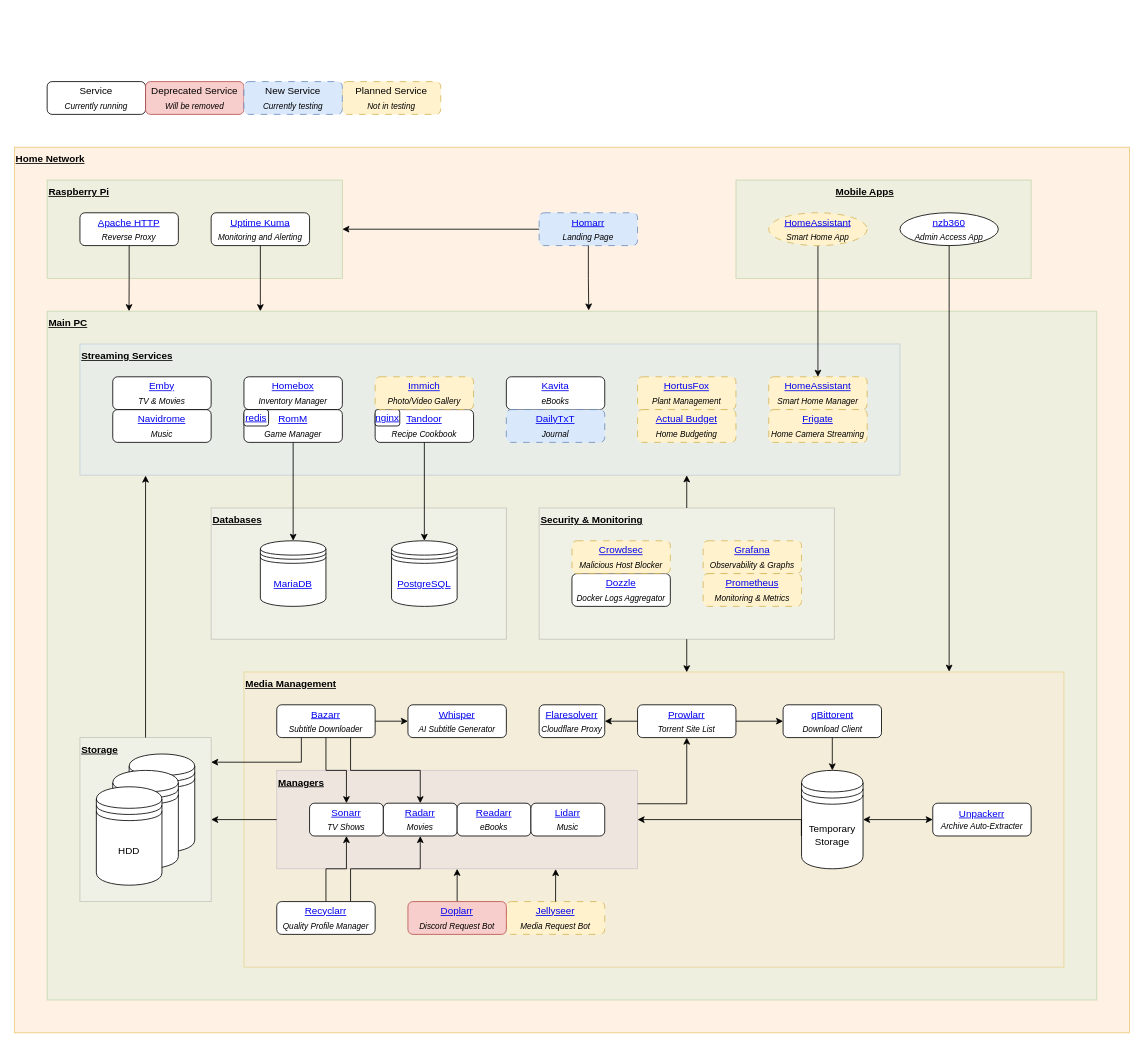
Above: doc/home_theatre.drawio in zodac-personal/home_theatre (draw.io), before the change. Source tidied: cells renumbered, new cells numbered last; positions are measured from the earlier drawing's top-left corner, leaving out a move shared by most shapes. Both pictures are drawn from the tidied source at 82%, with x=0, y=0 at pixel (14, 81).
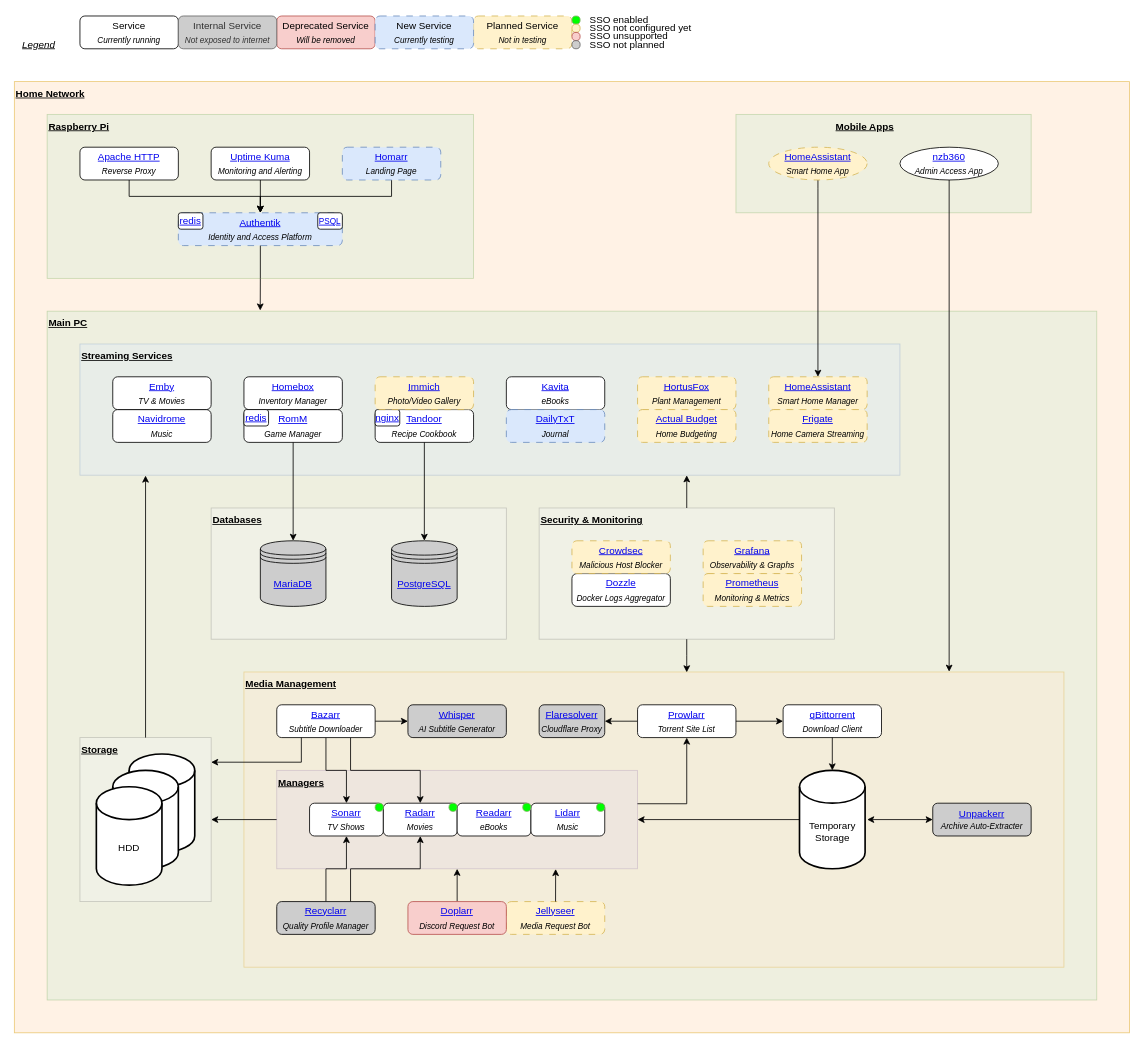
The same diagram, later.

Commit message (it also covers changes not shown here):
Adding Authentik for SSO support, only enabled for core *arr services currently

The change refers to these unchanged cells:
```xml
<mxCell id="4" style="rounded=0;whiteSpace=wrap;html=1;fillColor=#d5e8d4;strokeColor=#82b366;opacity=40;" parent="1" vertex="1">
  <mxGeometry x="40" y="280" width="1280" height="840" as="geometry" />
</mxCell>
<mxCell id="8" style="rounded=0;whiteSpace=wrap;html=1;fillColor=#ffe6cc;strokeColor=#d79b00;opacity=30;" parent="1" vertex="1">
  <mxGeometry x="280" y="720" width="1000" height="360" as="geometry" />
</mxCell>
<mxCell id="15" style="rounded=0;whiteSpace=wrap;html=1;fillColor=#e1d5e7;strokeColor=#9673a6;opacity=30;" parent="1" vertex="1">
  <mxGeometry x="320" y="840" width="440" height="120" as="geometry" />
</mxCell>
<mxCell id="40" value="&lt;a href=&quot;https://github.com/home-assistant&quot;&gt;HomeAssistant&lt;/a&gt;&lt;br&gt;&lt;i&gt;&lt;sub&gt;Smart Home Manager&lt;/sub&gt;&lt;/i&gt;" style="rounded=1;whiteSpace=wrap;html=1;dashed=1;dashPattern=8 8;fillColor=#fff2cc;strokeColor=#d6b656;" parent="1" vertex="1">
  <mxGeometry x="920" y="360" width="120" height="40" as="geometry" />
</mxCell>
<mxCell id="58" style="rounded=0;whiteSpace=wrap;html=1;fillColor=#f5f5f5;fontColor=#333333;strokeColor=#666666;opacity=30;" parent="1" vertex="1">
  <mxGeometry x="640" y="520" width="360" height="160" as="geometry" />
</mxCell>
```

Diff of the diagram source:
```diff
@@
     <mxCell id="2" style="rounded=0;whiteSpace=wrap;html=1;fillColor=#ffe6cc;strokeColor=#d79b00;opacity=50;" parent="1" vertex="1">
-      <mxGeometry y="80" width="1360" height="1080" as="geometry" />
+      <mxGeometry width="1360" height="1160" as="geometry" />
     </mxCell>
     <mxCell id="3" style="rounded=0;whiteSpace=wrap;html=1;opacity=40;fillColor=#d5e8d4;strokeColor=#82b366;" parent="1" vertex="1">
-      <mxGeometry x="40" y="120" width="360" height="120" as="geometry" />
+      <mxGeometry x="40" y="40" width="520" height="200" as="geometry" />
     </mxCell>
@@
-    <mxCell id="6" style="shape=datastore;whiteSpace=wrap;html=1;" parent="1" vertex="1">
-      <mxGeometry x="140" y="820" width="80" height="120" as="geometry" />
-    </mxCell>
-    <mxCell id="7" style="shape=datastore;whiteSpace=wrap;html=1;" parent="1" vertex="1">
-      <mxGeometry x="120" y="840" width="80" height="120" as="geometry" />
-    </mxCell>
@@
-    <mxCell id="24" value="&lt;a href=&quot;https://github.com/ahmetoner/whisper-asr-webservice&quot;&gt;Whisper&lt;/a&gt;&lt;br&gt;&lt;i&gt;&lt;sub&gt;AI Subtitle Generator&lt;/sub&gt;&lt;/i&gt;" style="rounded=1;whiteSpace=wrap;html=1;" parent="1" vertex="1">
+    <mxCell id="24" value="&lt;a href=&quot;https://github.com/ahmetoner/whisper-asr-webservice&quot;&gt;Whisper&lt;/a&gt;&lt;br&gt;&lt;i&gt;&lt;sub&gt;AI Subtitle Generator&lt;/sub&gt;&lt;/i&gt;" style="rounded=1;whiteSpace=wrap;html=1;fillColor=#cdcdcd;" parent="1" vertex="1">
       <mxGeometry x="480" y="760" width="120" height="40" as="geometry" />
     </mxCell>
     <mxCell id="25" style="rounded=0;whiteSpace=wrap;html=1;opacity=40;fillColor=#d5e8d4;strokeColor=#82b366;" parent="1" vertex="1">
-      <mxGeometry x="880" y="120" width="360" height="120" as="geometry" />
+      <mxGeometry x="880" y="40" width="360" height="120" as="geometry" />
     </mxCell>
-    <mxCell id="26" value="&lt;a href=&quot;https://github.com/qbittorrent/qBittorrent&quot;&gt;qBittorent&lt;/a&gt;&lt;br&gt;&lt;i&gt;&lt;sub&gt;Download Client&lt;/sub&gt;&lt;/i&gt;" style="rounded=1;whiteSpace=wrap;html=1;" parent="1" vertex="1">
+    <mxCell id="26" value="&lt;a href=&quot;https://github.com/qbittorrent/qBittorrent&quot;&gt;qBittorrent&lt;/a&gt;&lt;div&gt;&lt;i&gt;&lt;sub&gt;Download Client&lt;/sub&gt;&lt;/i&gt;&lt;/div&gt;" style="rounded=1;whiteSpace=wrap;html=1;" parent="1" vertex="1">
       <mxGeometry x="937.5" y="760" width="120" height="40" as="geometry" />
     </mxCell>
@@
+    <mxCell id="94" style="edgeStyle=orthogonalEdgeStyle;rounded=0;jettySize=auto;html=1;entryX=0.5;entryY=0;entryDx=0;entryDy=0;" parent="1" edge="1" source="30" target="97">
+      <mxGeometry relative="1" as="geometry" />
+    </mxCell>
     <mxCell id="30" value="&lt;a href=&quot;https://github.com/ajnart/homarr&quot;&gt;Homarr&lt;/a&gt;&lt;br&gt;&lt;i&gt;&lt;sub&gt;Landing Page&lt;/sub&gt;&lt;/i&gt;" style="rounded=1;whiteSpace=wrap;html=1;dashed=1;dashPattern=8 8;fillColor=#dae8fc;strokeColor=#6c8ebf;" parent="1" vertex="1">
-      <mxGeometry x="640" y="160" width="120" height="40" as="geometry" />
+      <mxGeometry x="400" y="80" width="120" height="40" as="geometry" />
     </mxCell>
-    <mxCell id="31" style="endArrow=classic;html=1;rounded=0;exitX=0.5;exitY=1;exitDx=0;exitDy=0;entryX=0.5;entryY=0;entryDx=0;entryDy=0;" parent="1" edge="1" source="26" target="32">
+    <mxCell id="31" style="endArrow=classic;html=1;rounded=0;exitX=0.5;exitY=1;exitDx=0;exitDy=0;entryX=0.5;entryY=0;entryDx=0;entryDy=0;entryPerimeter=0;" parent="1" edge="1" source="26" target="32">
       <mxGeometry relative="1" as="geometry" />
     </mxCell>
-    <mxCell id="32" value="Temporary&lt;br&gt;Storage" style="shape=datastore;whiteSpace=wrap;html=1;" parent="1" vertex="1">
-      <mxGeometry x="960" y="840" width="75" height="120" as="geometry" />
-    </mxCell>
@@
-    <mxCell id="35" value="HDD" style="shape=datastore;whiteSpace=wrap;html=1;" parent="1" vertex="1">
-      <mxGeometry x="100" y="860" width="80" height="120" as="geometry" />
-    </mxCell>
-    <mxCell id="36" style="edgeStyle=orthogonalEdgeStyle;rounded=0;jettySize=auto;html=1;exitX=0;exitY=0.5;exitDx=0;exitDy=0;entryX=1;entryY=0.5;entryDx=0;entryDy=0;" parent="1" edge="1" source="30" target="3">
-      <mxGeometry relative="1" as="geometry" />
-    </mxCell>
-    <mxCell id="37" value="&lt;a href=&quot;https://github.com/aeonlucid/flaresolverr&quot;&gt;Flaresolverr&lt;/a&gt;&lt;br&gt;&lt;i&gt;&lt;sub&gt;Cloudflare Proxy&lt;/sub&gt;&lt;/i&gt;" style="rounded=1;whiteSpace=wrap;html=1;" parent="1" vertex="1">
+    <mxCell id="37" value="&lt;a href=&quot;https://github.com/aeonlucid/flaresolverr&quot;&gt;Flaresolverr&lt;/a&gt;&lt;br&gt;&lt;i&gt;&lt;sub&gt;Cloudflare Proxy&lt;/sub&gt;&lt;/i&gt;" style="rounded=1;whiteSpace=wrap;html=1;fillColor=#cdcdcd;" parent="1" vertex="1">
       <mxGeometry x="640" y="760" width="80" height="40" as="geometry" />
     </mxCell>
@@
     <mxCell id="39" value="&lt;a href=&quot;https://play.google.com/store/apps/details?id=com.kevinforeman.nzb360&quot;&gt;nzb360&lt;/a&gt;&lt;br&gt;&lt;i&gt;&lt;sub&gt;Admin Access App&lt;/sub&gt;&lt;/i&gt;" style="ellipse;whiteSpace=wrap;html=1;" parent="1" vertex="1">
-      <mxGeometry x="1080" y="160" width="120" height="40" as="geometry" />
+      <mxGeometry x="1080" y="80" width="120" height="40" as="geometry" />
     </mxCell>
@@
     <mxCell id="41" value="Raspberry Pi" style="text;html=1;strokeColor=none;fillColor=none;align=left;verticalAlign=middle;whiteSpace=wrap;rounded=0;fontStyle=5;" parent="1" vertex="1">
-      <mxGeometry x="40" y="120" width="90" height="30" as="geometry" />
+      <mxGeometry x="40" y="40" width="90" height="30" as="geometry" />
     </mxCell>
@@
+    <mxCell id="95" style="edgeStyle=orthogonalEdgeStyle;rounded=0;jettySize=auto;html=1;exitX=0.5;exitY=1;exitDx=0;exitDy=0;entryX=0.5;entryY=0;entryDx=0;entryDy=0;" parent="1" edge="1" source="43" target="97">
+      <mxGeometry relative="1" as="geometry" />
+    </mxCell>
     <mxCell id="43" value="&lt;a href=&quot;https://github.com/apache/httpd&quot;&gt;Apache HTTP&lt;/a&gt;&lt;br&gt;&lt;i&gt;&lt;sub&gt;Reverse Proxy&lt;/sub&gt;&lt;/i&gt;" style="rounded=1;whiteSpace=wrap;html=1;" parent="1" vertex="1">
-      <mxGeometry x="80" y="160" width="120" height="40" as="geometry" />
+      <mxGeometry x="80" y="80" width="120" height="40" as="geometry" />
     </mxCell>
@@
-    <mxCell id="45" style="edgeStyle=orthogonalEdgeStyle;rounded=0;jettySize=auto;html=1;exitX=0.5;exitY=1;exitDx=0;exitDy=0;entryX=0.078;entryY=0;entryDx=0;entryDy=0;entryPerimeter=0;" parent="1" edge="1" source="43" target="4">
-      <mxGeometry relative="1" as="geometry" />
-    </mxCell>
@@
     <mxCell id="49" value="&lt;b&gt;&lt;u&gt;Home Network&lt;/u&gt;&lt;/b&gt;" style="text;html=1;strokeColor=none;fillColor=none;align=left;verticalAlign=middle;whiteSpace=wrap;rounded=0;" parent="1" vertex="1">
-      <mxGeometry y="80" width="90" height="30" as="geometry" />
+      <mxGeometry width="90" height="30" as="geometry" />
     </mxCell>
-    <mxCell id="50" value="&lt;a href=&quot;https://github.com/postgres/postgres&quot;&gt;PostgreSQL&lt;/a&gt;" style="shape=datastore;whiteSpace=wrap;html=1;" parent="1" vertex="1">
+    <mxCell id="50" value="&lt;a href=&quot;https://github.com/postgres/postgres&quot;&gt;PostgreSQL&lt;/a&gt;" style="shape=datastore;whiteSpace=wrap;html=1;fillColor=#cdcdcd;" parent="1" vertex="1">
       <mxGeometry x="460" y="560" width="80" height="80" as="geometry" />
     </mxCell>
-    <mxCell id="51" value="&lt;a href=&quot;https://github.com/MariaDB/mariadb-docker&quot;&gt;MariaDB&lt;/a&gt;" style="shape=datastore;whiteSpace=wrap;html=1;" parent="1" vertex="1">
+    <mxCell id="51" value="&lt;a href=&quot;https://github.com/MariaDB/mariadb-docker&quot;&gt;MariaDB&lt;/a&gt;" style="shape=datastore;whiteSpace=wrap;html=1;fillColor=#cdcdcd;" parent="1" vertex="1">
       <mxGeometry x="300" y="560" width="80" height="80" as="geometry" />
     </mxCell>
@@
-    <mxCell id="55" value="&lt;a href=&quot;https://github.com/recyclarr/recyclarr&quot;&gt;Recyclarr&lt;/a&gt;&lt;br&gt;&lt;i&gt;&lt;sub&gt;Quality Profile Manager&lt;/sub&gt;&lt;/i&gt;" style="rounded=1;whiteSpace=wrap;html=1;" parent="1" vertex="1">
+    <mxCell id="55" value="&lt;a href=&quot;https://github.com/recyclarr/recyclarr&quot;&gt;Recyclarr&lt;/a&gt;&lt;br&gt;&lt;i&gt;&lt;sub&gt;Quality Profile Manager&lt;/sub&gt;&lt;/i&gt;" style="rounded=1;whiteSpace=wrap;html=1;fillColor=#cdcdcd;" parent="1" vertex="1">
       <mxGeometry x="320" y="1000" width="120" height="40" as="geometry" />
     </mxCell>
-    <mxCell id="56" value="&lt;a href=&quot;https://github.com/Unpackerr/unpackerr&quot;&gt;Unpackerr&lt;/a&gt;&lt;br&gt;&lt;span style=&quot;font-size: 10px;&quot;&gt;&lt;i&gt;Archive Auto-Extracter&lt;/i&gt;&lt;/span&gt;" style="rounded=1;whiteSpace=wrap;html=1;" parent="1" vertex="1">
+    <mxCell id="56" value="&lt;a href=&quot;https://github.com/Unpackerr/unpackerr&quot;&gt;Unpackerr&lt;/a&gt;&lt;br&gt;&lt;span style=&quot;font-size: 10px;&quot;&gt;&lt;i&gt;Archive Auto-Extracter&lt;/i&gt;&lt;/span&gt;" style="rounded=1;whiteSpace=wrap;html=1;fillColor=#cdcdcd;" parent="1" vertex="1">
       <mxGeometry x="1120" y="880" width="120" height="40" as="geometry" />
     </mxCell>
@@
     <mxCell id="60" value="Service&lt;br&gt;&lt;i&gt;&lt;sub&gt;Currently running&lt;/sub&gt;&lt;/i&gt;" style="rounded=1;whiteSpace=wrap;html=1;" parent="1" vertex="1">
-      <mxGeometry x="40" width="120" height="40" as="geometry" />
+      <mxGeometry x="80" y="-80" width="120" height="40" as="geometry" />
     </mxCell>
     <mxCell id="61" value="Deprecated Service&lt;br&gt;&lt;i&gt;&lt;sub&gt;Will be removed&lt;br&gt;&lt;/sub&gt;&lt;/i&gt;" style="rounded=1;whiteSpace=wrap;html=1;fillColor=#f8cecc;strokeColor=#b85450;" parent="1" vertex="1">
-      <mxGeometry x="160" width="120" height="40" as="geometry" />
+      <mxGeometry x="320" y="-80" width="120" height="40" as="geometry" />
     </mxCell>
     <mxCell id="62" value="Planned Service&lt;br&gt;&lt;i&gt;&lt;sub&gt;Not in testing&lt;/sub&gt;&lt;/i&gt;" style="rounded=1;whiteSpace=wrap;html=1;dashed=1;dashPattern=8 8;fillColor=#fff2cc;strokeColor=#d6b656;" parent="1" vertex="1">
-      <mxGeometry x="400" width="120" height="40" as="geometry" />
+      <mxGeometry x="560" y="-80" width="120" height="40" as="geometry" />
     </mxCell>
     <mxCell id="63" value="New Service&lt;br&gt;&lt;sub&gt;&lt;i&gt;Currently testing&lt;/i&gt;&lt;/sub&gt;" style="rounded=1;whiteSpace=wrap;html=1;dashed=1;dashPattern=8 8;fillColor=#dae8fc;strokeColor=#6c8ebf;" parent="1" vertex="1">
-      <mxGeometry x="280" width="120" height="40" as="geometry" />
+      <mxGeometry x="440" y="-80" width="120" height="40" as="geometry" />
     </mxCell>
@@
+    <mxCell id="96" style="edgeStyle=orthogonalEdgeStyle;rounded=0;jettySize=auto;html=1;exitX=0.5;exitY=1;exitDx=0;exitDy=0;entryX=0.5;entryY=0;entryDx=0;entryDy=0;" parent="1" edge="1" source="65" target="97">
+      <mxGeometry relative="1" as="geometry" />
+    </mxCell>
     <mxCell id="65" value="&lt;a href=&quot;https://github.com/louislam/uptime-kuma&quot;&gt;Uptime Kuma&lt;/a&gt;&lt;br&gt;&lt;i&gt;&lt;sub&gt;Monitoring and Alerting&lt;/sub&gt;&lt;/i&gt;" style="rounded=1;whiteSpace=wrap;html=1;" parent="1" vertex="1">
-      <mxGeometry x="240" y="160" width="120" height="40" as="geometry" />
+      <mxGeometry x="240" y="80" width="120" height="40" as="geometry" />
     </mxCell>
@@
-    <mxCell id="72" style="edgeStyle=orthogonalEdgeStyle;rounded=0;jettySize=auto;html=1;exitX=0.5;exitY=1;exitDx=0;exitDy=0;entryX=0.54;entryY=0.001;entryDx=0;entryDy=0;entryPerimeter=0;" parent="1" edge="1" source="58" target="8">
-      <mxGeometry relative="1" as="geometry" />
+    <mxCell id="72" style="edgeStyle=orthogonalEdgeStyle;rounded=0;jettySize=auto;html=1;exitX=0.5;exitY=1;exitDx=0;exitDy=0;entryX=0.54;entryY=0.001;entryDx=0;entryDy=0;entryPerimeter=0;" parent="1" edge="1" source="58">
+      <mxGeometry relative="1" as="geometry">
+        <mxPoint x="820" y="720.4" as="targetPoint" />
+      </mxGeometry>
     </mxCell>
-    <mxCell id="73" style="endArrow=classic;startArrow=classic;html=1;rounded=0;entryX=0;entryY=0.5;entryDx=0;entryDy=0;exitX=1;exitY=0.5;exitDx=0;exitDy=0;" parent="1" edge="1" source="32" target="56">
-      <mxGeometry relative="1" as="geometry" />
+    <mxCell id="73" style="endArrow=classic;startArrow=classic;html=1;rounded=0;entryX=0;entryY=0.5;entryDx=0;entryDy=0;" parent="1" edge="1" target="56">
+      <mxGeometry relative="1" as="geometry">
+        <mxPoint x="1040" y="900" as="sourcePoint" />
+      </mxGeometry>
     </mxCell>
@@
-    <mxCell id="79" style="edgeStyle=orthogonalEdgeStyle;rounded=0;jettySize=auto;html=1;exitX=-0.003;exitY=0.665;exitDx=0;exitDy=0;exitPerimeter=0;" parent="1" edge="1" source="32">
-      <mxGeometry relative="1" as="geometry">
-        <mxPoint x="760" y="900" as="targetPoint" />
-        <Array as="points">
-          <mxPoint x="960" y="900" />
-          <mxPoint x="760" y="900" />
-        </Array>
-      </mxGeometry>
-    </mxCell>
@@
-    <mxCell id="83" style="edgeStyle=orthogonalEdgeStyle;rounded=0;orthogonalLoop=1;jettySize=auto;html=1;exitX=0.5;exitY=1;exitDx=0;exitDy=0;" parent="1" edge="1">
-      <mxGeometry relative="1" as="geometry">
-        <mxPoint x="300" y="200" as="sourcePoint" />
-        <mxPoint x="300" y="280" as="targetPoint" />
-      </mxGeometry>
-    </mxCell>
     <mxCell id="84" value="&lt;u&gt;&lt;b&gt;Mobile Apps&lt;/b&gt;&lt;/u&gt;" style="text;html=1;strokeColor=none;fillColor=none;align=left;verticalAlign=middle;whiteSpace=wrap;rounded=0;" parent="1" vertex="1">
-      <mxGeometry x="1000" y="120" width="120" height="30" as="geometry" />
+      <mxGeometry x="1000" y="40" width="120" height="30" as="geometry" />
     </mxCell>
     <mxCell id="85" style="edgeStyle=orthogonalEdgeStyle;rounded=0;jettySize=auto;html=1;exitX=0.5;exitY=1;exitDx=0;exitDy=0;entryX=0.5;entryY=0;entryDx=0;entryDy=0;" parent="1" edge="1" source="86" target="40">
       <mxGeometry relative="1" as="geometry">
         <Array as="points">
-          <mxPoint x="980" y="210" />
-          <mxPoint x="980" y="210" />
+          <mxPoint x="980" y="130" />
+          <mxPoint x="980" y="130" />
         </Array>
       </mxGeometry>
     </mxCell>
     <mxCell id="86" value="&lt;a href=&quot;https://play.google.com/store/apps/details?id=io.homeassistant.companion.android&quot;&gt;HomeAssistant&lt;/a&gt;&lt;br&gt;&lt;i&gt;&lt;sub&gt;Smart Home App&lt;/sub&gt;&lt;/i&gt;" style="ellipse;whiteSpace=wrap;html=1;dashed=1;dashPattern=8 8;fillColor=#fff2cc;strokeColor=#d6b656;" parent="1" vertex="1">
-      <mxGeometry x="920" y="160" width="120" height="40" as="geometry" />
+      <mxGeometry x="920" y="80" width="120" height="40" as="geometry" />
     </mxCell>
@@
-    <mxCell id="90" style="edgeStyle=orthogonalEdgeStyle;rounded=0;jettySize=auto;html=1;exitX=0.5;exitY=1;exitDx=0;exitDy=0;entryX=0.516;entryY=-0.001;entryDx=0;entryDy=0;entryPerimeter=0;" parent="1" edge="1" source="30" target="4">
-      <mxGeometry relative="1" as="geometry" />
-    </mxCell>
@@
+    <mxCell id="97" value="&lt;a href=&quot;https://github.com/goauthentik/authentik&quot;&gt;Authentik&lt;/a&gt;&lt;br&gt;&lt;i&gt;&lt;sub&gt;Identity and Access Platform&lt;/sub&gt;&lt;/i&gt;" style="rounded=1;whiteSpace=wrap;html=1;dashed=1;fillColor=#dae8fc;strokeColor=#6c8ebf;dashPattern=8 8;" parent="1" vertex="1">
+      <mxGeometry x="200" y="160" width="200" height="40" as="geometry" />
+    </mxCell>
+    <mxCell id="98" style="ellipse;whiteSpace=wrap;html=1;fillColor=#00ff00;strokeColor=#82b366;" parent="1" vertex="1">
+      <mxGeometry x="440" y="880" width="10" height="10" as="geometry" />
+    </mxCell>
+    <mxCell id="99" style="ellipse;whiteSpace=wrap;html=1;fillColor=#00ff00;strokeColor=#82b366;" parent="1" vertex="1">
+      <mxGeometry x="530" y="880" width="10" height="10" as="geometry" />
+    </mxCell>
+    <mxCell id="100" value="Internal Service&lt;br&gt;&lt;i&gt;&lt;sub&gt;Not exposed to internet&lt;/sub&gt;&lt;/i&gt;" style="rounded=1;whiteSpace=wrap;html=1;fillColor=#cdcdcd;strokeColor=#666666;fontColor=#333333;" parent="1" vertex="1">
+      <mxGeometry x="200" y="-80" width="120" height="40" as="geometry" />
+    </mxCell>
+    <mxCell id="101" style="ellipse;whiteSpace=wrap;html=1;fillColor=#00ff00;strokeColor=#82b366;" parent="1" vertex="1">
+      <mxGeometry x="620" y="880" width="10" height="10" as="geometry" />
+    </mxCell>
+    <mxCell id="102" style="ellipse;whiteSpace=wrap;html=1;fillColor=#00ff00;strokeColor=#82b366;" parent="1" vertex="1">
+      <mxGeometry x="710" y="880" width="10" height="10" as="geometry" />
+    </mxCell>
+    <mxCell id="103" style="edgeStyle=orthogonalEdgeStyle;rounded=0;jettySize=auto;html=1;exitX=0.5;exitY=1;exitDx=0;exitDy=0;entryX=0.203;entryY=-0.001;entryDx=0;entryDy=0;entryPerimeter=0;" parent="1" edge="1" source="97" target="4">
+      <mxGeometry relative="1" as="geometry" />
+    </mxCell>
+    <mxCell id="104" value="&lt;div&gt;&lt;/div&gt;" style="strokeWidth=2;html=1;shape=mxgraph.flowchart.database;whiteSpace=wrap;" parent="1" vertex="1">
+      <mxGeometry x="140" y="820" width="80" height="120" as="geometry" />
+    </mxCell>
+    <mxCell id="105" value="&lt;div&gt;&lt;/div&gt;" style="strokeWidth=2;html=1;shape=mxgraph.flowchart.database;whiteSpace=wrap;" parent="1" vertex="1">
+      <mxGeometry x="120" y="840" width="80" height="120" as="geometry" />
+    </mxCell>
+    <mxCell id="35" value="&lt;div&gt;&lt;br&gt;&lt;/div&gt;&lt;div&gt;&lt;br&gt;&lt;/div&gt;HDD" style="strokeWidth=2;html=1;shape=mxgraph.flowchart.database;whiteSpace=wrap;" parent="1" vertex="1">
+      <mxGeometry x="100" y="860" width="80" height="120" as="geometry" />
+    </mxCell>
+    <mxCell id="106" style="edgeStyle=orthogonalEdgeStyle;rounded=0;jettySize=auto;html=1;exitX=0;exitY=0.5;exitDx=0;exitDy=0;exitPerimeter=0;entryX=1;entryY=0.5;entryDx=0;entryDy=0;" parent="1" edge="1" source="32" target="15">
+      <mxGeometry relative="1" as="geometry" />
+    </mxCell>
+    <mxCell id="32" value="&lt;div&gt;&lt;br&gt;&lt;/div&gt;&lt;div&gt;&lt;br&gt;&lt;/div&gt;Temporary&lt;div&gt;Storage&lt;/div&gt;" style="strokeWidth=2;html=1;shape=mxgraph.flowchart.database;whiteSpace=wrap;" parent="1" vertex="1">
+      <mxGeometry x="957.5" y="840" width="80" height="120" as="geometry" />
+    </mxCell>
+    <mxCell id="107" value="&lt;a href=&quot;https://github.com/redis/redis&quot;&gt;redis&lt;/a&gt;" style="rounded=1;whiteSpace=wrap;html=1;" parent="1" vertex="1">
+      <mxGeometry x="200" y="160" width="30" height="20" as="geometry" />
+    </mxCell>
+    <mxCell id="108" value="&lt;font style=&quot;font-size: 10px;&quot;&gt;&lt;a href=&quot;https://github.com/postgres/postgres&quot;&gt;PSQL&lt;/a&gt;&lt;/font&gt;" style="rounded=1;whiteSpace=wrap;html=1;" parent="1" vertex="1">
+      <mxGeometry x="370" y="160" width="30" height="20" as="geometry" />
+    </mxCell>
+    <mxCell id="109" style="ellipse;whiteSpace=wrap;html=1;fillColor=#00ff00;strokeColor=#82b366;" parent="1" vertex="1">
+      <mxGeometry x="680" y="-80" width="10" height="10" as="geometry" />
+    </mxCell>
+    <mxCell id="110" style="ellipse;whiteSpace=wrap;html=1;fillColor=#fff2cc;strokeColor=#d6b656;" parent="1" vertex="1">
+      <mxGeometry x="680" y="-70" width="10" height="10" as="geometry" />
+    </mxCell>
+    <mxCell id="111" style="ellipse;whiteSpace=wrap;html=1;fillColor=#f8cecc;strokeColor=#b85450;" parent="1" vertex="1">
+      <mxGeometry x="680" y="-60" width="10" height="10" as="geometry" />
+    </mxCell>
+    <mxCell id="112" style="ellipse;whiteSpace=wrap;html=1;fillColor=#cdcdcd;strokeColor=#666666;fontColor=#333333;" parent="1" vertex="1">
+      <mxGeometry x="680" y="-50" width="10" height="10" as="geometry" />
+    </mxCell>
+    <mxCell id="113" value="SSO enabled" style="text;html=1;align=left;verticalAlign=middle;whiteSpace=wrap;rounded=0;" parent="1" vertex="1">
+      <mxGeometry x="700" y="-80" width="140" height="10" as="geometry" />
+    </mxCell>
+    <mxCell id="114" value="SSO not configured y&lt;span style=&quot;background-color: initial;&quot;&gt;et&lt;/span&gt;" style="text;html=1;align=left;verticalAlign=middle;whiteSpace=wrap;rounded=0;" parent="1" vertex="1">
+      <mxGeometry x="700" y="-70" width="140" height="10" as="geometry" />
+    </mxCell>
+    <mxCell id="115" value="SSO unsupported" style="text;html=1;align=left;verticalAlign=middle;whiteSpace=wrap;rounded=0;" parent="1" vertex="1">
+      <mxGeometry x="700" y="-60" width="140" height="10" as="geometry" />
+    </mxCell>
+    <mxCell id="116" value="SSO not planned" style="text;html=1;align=left;verticalAlign=middle;whiteSpace=wrap;rounded=0;" parent="1" vertex="1">
+      <mxGeometry x="700" y="-50" width="140" height="10" as="geometry" />
+    </mxCell>
+    <mxCell id="117" value="&lt;i&gt;&lt;u&gt;Legend&lt;/u&gt;&lt;/i&gt;" style="text;html=1;align=center;verticalAlign=middle;whiteSpace=wrap;rounded=0;" parent="1" vertex="1">
+      <mxGeometry y="-50" width="60" height="10" as="geometry" />
+    </mxCell>
```
